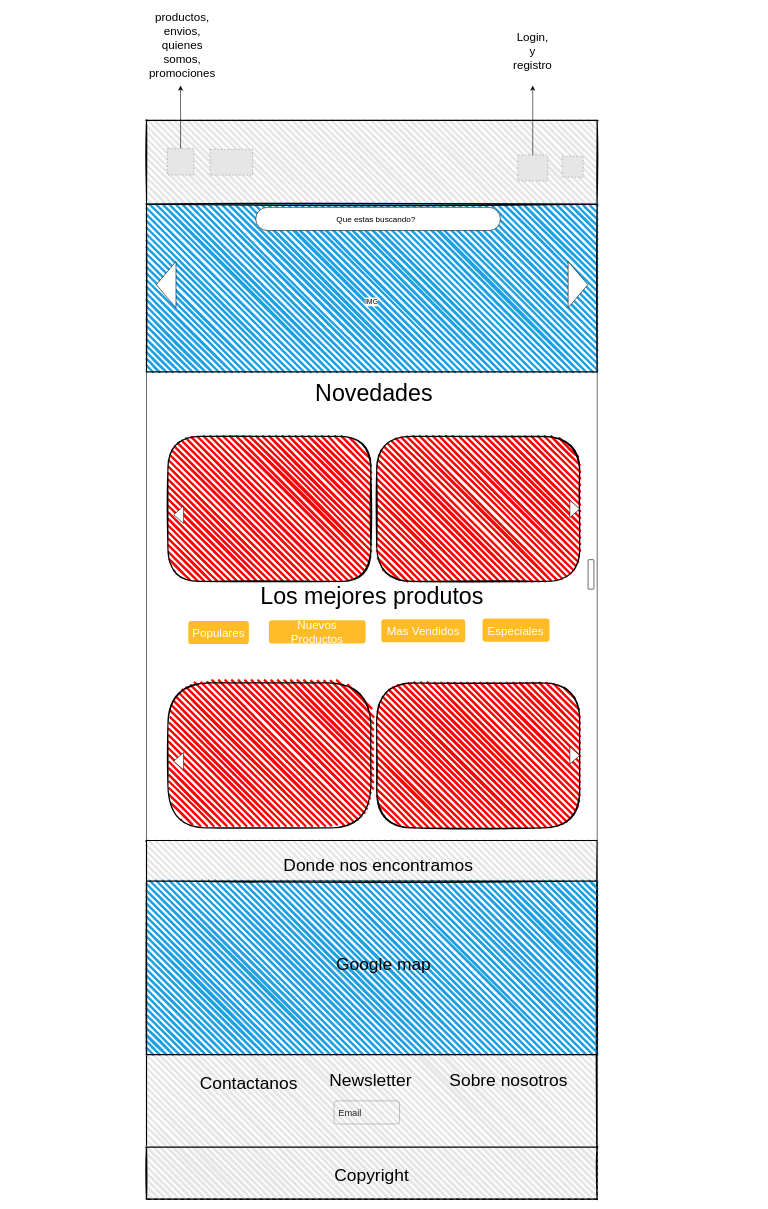
The draw.io diagram page "Page-2" (2 of 3) of Bocetos/Bocetos-de-Home/Home-768.drawio in Evaristodantur/BierClub, before the edit. Source tidied: cells renumbered, new cells numbered last; positions are measured from the earlier drawing's top-left corner, leaving out a move shared by most shapes. Both pictures are drawn from the tidied source at 58%, with x=0, y=0 at pixel (9, 39). Pictures stored in the file or linked from it are replaced by grey dashed boxes.
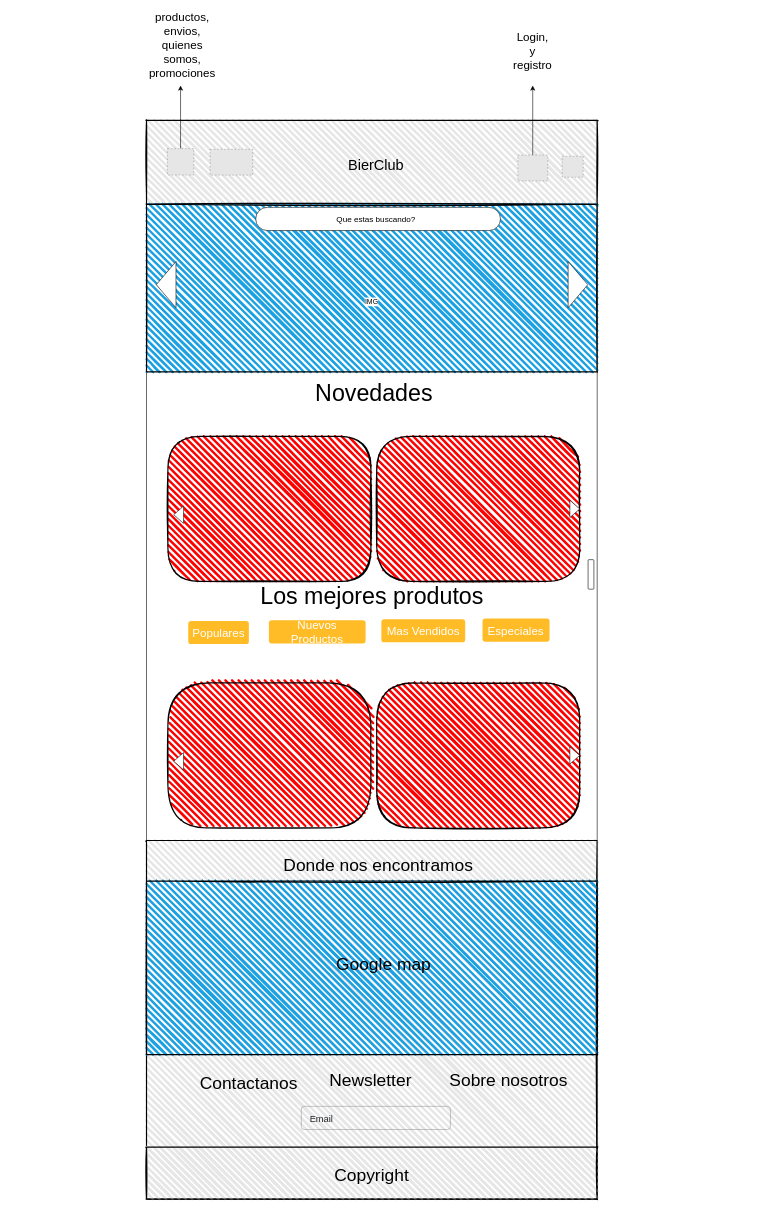
The same page after the edit.

Diff of the diagram source:
```diff
@@
-    <mxCell id="20" style="group;" parent="1" vertex="1">
-      <mxGeometry x="559.4" y="1830.5" width="118.7" height="39.9" as="geometry" />
-    </mxCell>
-    <mxCell id="21" value="Email" style="fillColor=none;strokeColor=none;align=left;fontSize=16;fontColor=#212529;" parent="20" vertex="1">
-      <mxGeometry x="5.7" width="113" height="39.9" as="geometry" />
-    </mxCell>
-    <mxCell id="22" style="html=1;shadow=0;dashed=0;shape=mxgraph.bootstrap.rrect;rSize=5;fillColor=none;strokeColor=#999999;align=left;spacing=15;fontSize=16;fontColor=#6C767D;" parent="20" vertex="1">
-      <mxGeometry width="113" height="39.9" as="geometry" />
-    </mxCell>
@@
+    <mxCell id="45" style="group;" parent="1" vertex="1">
+      <mxGeometry x="503" y="1840" width="270" height="39.9" as="geometry" />
+    </mxCell>
+    <mxCell id="21" value="Email" style="fillColor=none;strokeColor=none;align=left;fontSize=16;fontColor=#212529;" parent="45" vertex="1">
+      <mxGeometry x="12.9" width="257.1" height="39.9" as="geometry" />
+    </mxCell>
+    <mxCell id="46" style="html=1;shadow=0;dashed=0;shape=mxgraph.bootstrap.rrect;rSize=5;fillColor=none;strokeColor=#999999;align=left;spacing=15;fontSize=16;fontColor=#6C767D;" parent="45" vertex="1">
+      <mxGeometry width="257.1" height="39.9" as="geometry" />
+    </mxCell>
+    <mxCell id="47" value="&lt;font style=&quot;font-size: 25px&quot;&gt;BierClub&lt;/font&gt;" style="text;html=1;strokeColor=none;fillColor=none;align=center;verticalAlign=middle;whiteSpace=wrap;rounded=0;fontSize=40;" parent="1" vertex="1">
+      <mxGeometry x="542.7" y="201.5" width="177.9" height="19.9" as="geometry" />
+    </mxCell>
```
